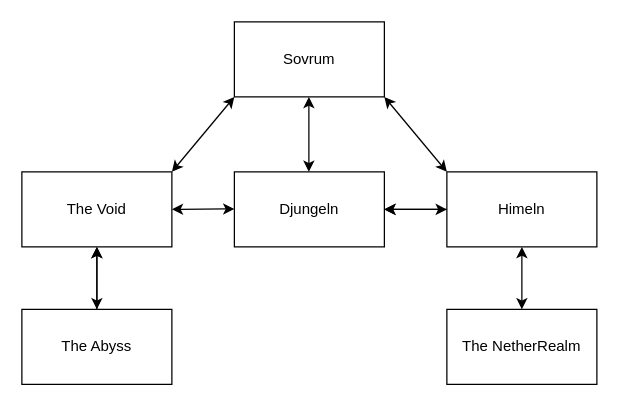
Te22a-Skoog-Samuel/Labyrint keeps this draw.io diagram as Namnlöst diagram.drawio. Above is the earlier version. Source tidied: cells renumbered, new cells numbered last; positions are measured from the earlier drawing's top-left corner, leaving out a move shared by most shapes. Both pictures are drawn from the tidied source at 125%, with x=0, y=0 at pixel (21, 21).
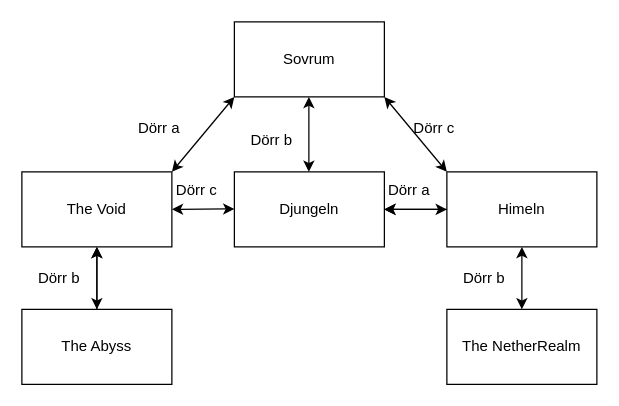
After the change.

Commit message:
Klar med map-layouten på riktigt

The edit, as a diff of the source:
```diff
@@
+    <mxCell id="17" value="Dörr a" style="text;html=1;strokeColor=none;fillColor=none;align=center;verticalAlign=middle;whiteSpace=wrap;rounded=0;" parent="1" vertex="1">
+      <mxGeometry x="80" y="70" width="60" height="30" as="geometry" />
+    </mxCell>
+    <mxCell id="18" value="Dörr b" style="text;html=1;strokeColor=none;fillColor=none;align=center;verticalAlign=middle;whiteSpace=wrap;rounded=0;" parent="1" vertex="1">
+      <mxGeometry x="170" y="80" width="60" height="30" as="geometry" />
+    </mxCell>
+    <mxCell id="19" value="Dörr c" style="text;html=1;strokeColor=none;fillColor=none;align=center;verticalAlign=middle;whiteSpace=wrap;rounded=0;" parent="1" vertex="1">
+      <mxGeometry x="300" y="70" width="60" height="30" as="geometry" />
+    </mxCell>
+    <mxCell id="20" value="Dörr b" style="text;html=1;strokeColor=none;fillColor=none;align=center;verticalAlign=middle;whiteSpace=wrap;rounded=0;" parent="1" vertex="1">
+      <mxGeometry y="190" width="60" height="30" as="geometry" />
+    </mxCell>
+    <mxCell id="21" value="Dörr c" style="text;html=1;strokeColor=none;fillColor=none;align=center;verticalAlign=middle;whiteSpace=wrap;rounded=0;" parent="1" vertex="1">
+      <mxGeometry x="110" y="120" width="60" height="30" as="geometry" />
+    </mxCell>
+    <mxCell id="22" value="Dörr a" style="text;html=1;strokeColor=none;fillColor=none;align=center;verticalAlign=middle;whiteSpace=wrap;rounded=0;" parent="1" vertex="1">
+      <mxGeometry x="280" y="120" width="60" height="30" as="geometry" />
+    </mxCell>
+    <mxCell id="23" value="Dörr b" style="text;html=1;strokeColor=none;fillColor=none;align=center;verticalAlign=middle;whiteSpace=wrap;rounded=0;" parent="1" vertex="1">
+      <mxGeometry x="340" y="190" width="60" height="30" as="geometry" />
+    </mxCell>
```
